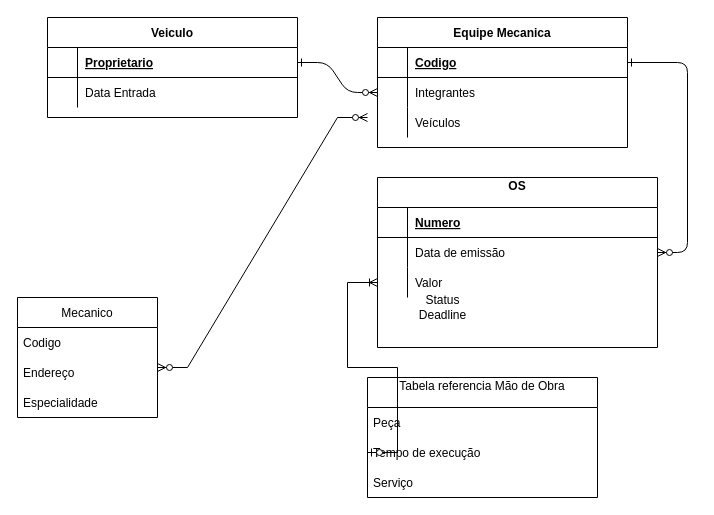
Before: Diagrama sem nome.drawio in pmarangon/ConceitualZero-DataBase-Experience, a draw.io diagram. Source tidied: cells renumbered, new cells numbered last; positions are measured from the earlier drawing's top-left corner, leaving out a move shared by most shapes. Both pictures are drawn from the tidied source at 100%, with x=0, y=0 at pixel (17, 17).
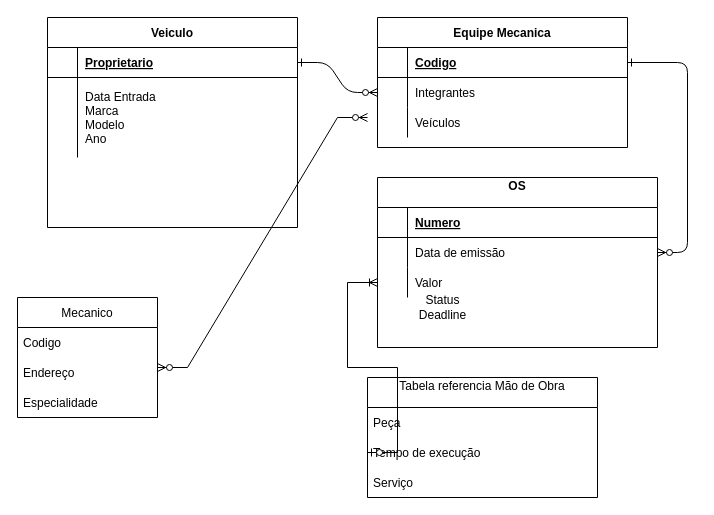
The same page after the edit.

The edit, as a diff of the source:
```diff
@@
     <mxCell id="24" value="Veiculo" style="shape=table;startSize=30;childLayout=tableLayout;rowLines=0;fontStyle=1;align=center;" parent="1" vertex="1">
-      <mxGeometry x="30" width="250" height="100" as="geometry" />
+      <mxGeometry x="30" width="250" height="210" as="geometry" />
     </mxCell>
@@
     <mxCell id="28" style="shape=partialRectangle;fillColor=none;top=0;left=0;right=0;bottom=0;" parent="24" vertex="1">
-      <mxGeometry y="60" width="250" height="30" as="geometry" />
+      <mxGeometry y="60" width="250" height="80" as="geometry" />
     </mxCell>
     <mxCell id="29" style="shape=partialRectangle;overflow=hidden;fillColor=none;top=0;left=0;bottom=0;right=0;" parent="28" vertex="1">
-      <mxGeometry width="30" height="30" as="geometry" />
+      <mxGeometry width="30" height="80" as="geometry" />
     </mxCell>
-    <mxCell id="30" value="Data Entrada" style="shape=partialRectangle;overflow=hidden;fillColor=none;top=0;left=0;bottom=0;right=0;align=left;spacingLeft=6;" parent="28" vertex="1">
-      <mxGeometry x="30" width="220" height="30" as="geometry" />
+    <mxCell id="30" value="Data Entrada&#10;Marca&#10;Modelo&#10;Ano" style="shape=partialRectangle;overflow=hidden;fillColor=none;top=0;left=0;bottom=0;right=0;align=left;spacingLeft=6;" parent="28" vertex="1">
+      <mxGeometry x="30" width="220" height="80" as="geometry" />
     </mxCell>
```
